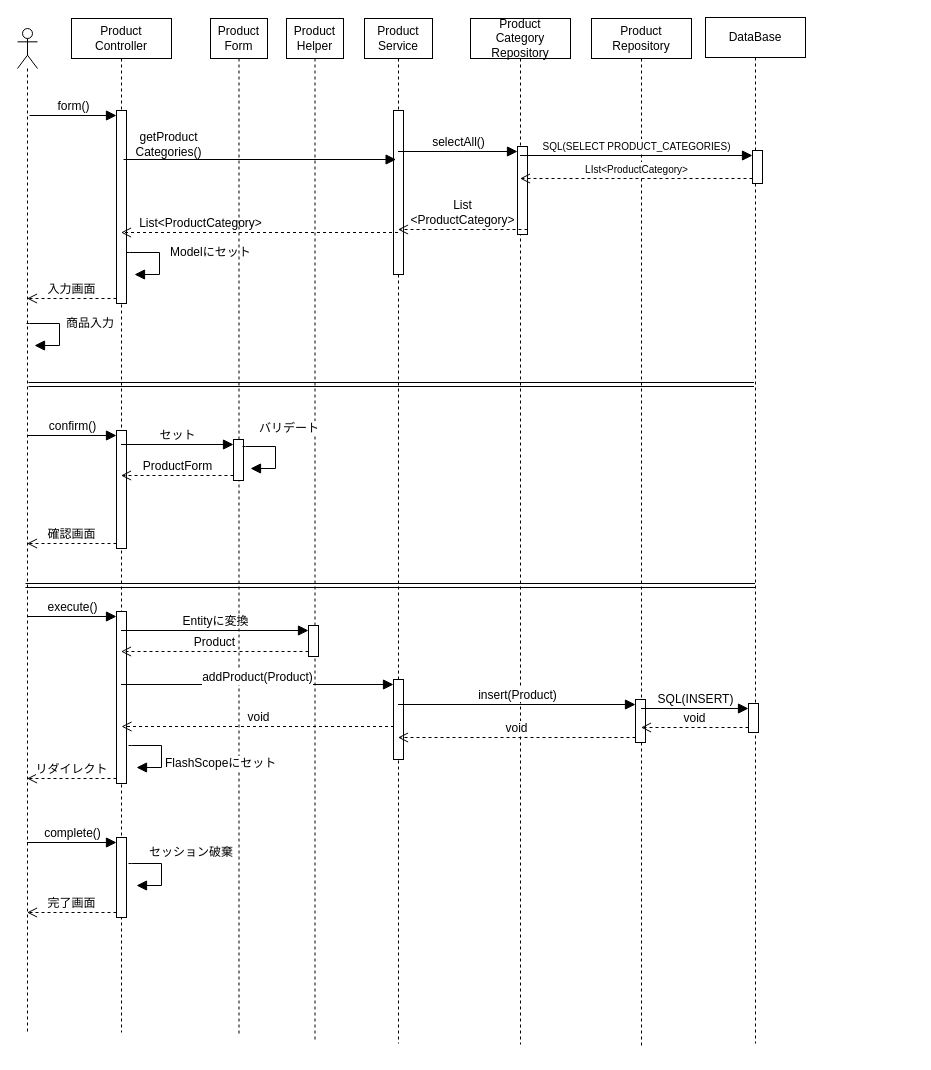
NstecEmp-013/team-dev-spring-boot-ec keeps this draw.io diagram as plan/uml/sequence/sequenceUC010.drawio. Above is the earlier version. Source tidied: cells renumbered, new cells numbered last; positions are measured from the earlier drawing's top-left corner, leaving out a move shared by most shapes. Both pictures are drawn from the tidied source at 100%, with x=0, y=0 at pixel (17, 17).
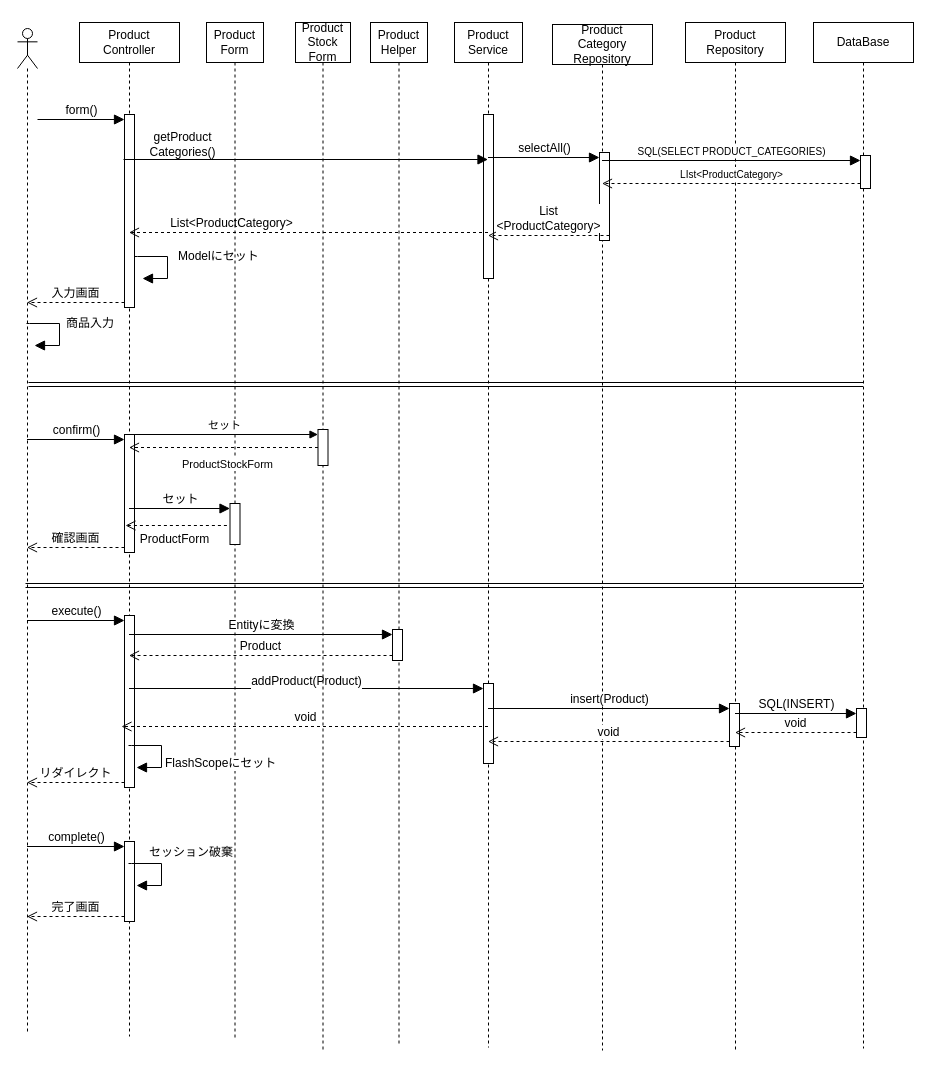
The same diagram, later.

The edit, as a diff of the source:
```diff
@@
     <mxCell id="3" value="Product&lt;div&gt;Controller&lt;/div&gt;" style="shape=umlLifeline;perimeter=lifelinePerimeter;whiteSpace=wrap;html=1;outlineConnect=0;portConstraint=eastwest;newEdgeStyle={&quot;curved&quot;:0,&quot;rounded&quot;:0};" parent="1" vertex="1">
-      <mxGeometry x="54" y="1" width="100" height="1014" as="geometry" />
+      <mxGeometry x="62" y="5" width="100" height="1014" as="geometry" />
     </mxCell>
@@
     <mxCell id="10" value="Product&lt;div&gt;Service&lt;/div&gt;" style="shape=umlLifeline;perimeter=lifelinePerimeter;whiteSpace=wrap;html=1;outlineConnect=0;portConstraint=eastwest;newEdgeStyle={&quot;curved&quot;:0,&quot;rounded&quot;:0};" parent="1" vertex="1">
-      <mxGeometry x="347" y="1" width="68" height="1025" as="geometry" />
+      <mxGeometry x="437" y="5" width="68" height="1025" as="geometry" />
     </mxCell>
@@
     <mxCell id="13" value="Product&lt;div&gt;Category&lt;/div&gt;&lt;div&gt;Repository&lt;/div&gt;" style="shape=umlLifeline;perimeter=lifelinePerimeter;whiteSpace=wrap;html=1;outlineConnect=0;portConstraint=eastwest;newEdgeStyle={&quot;curved&quot;:0,&quot;rounded&quot;:0};" parent="1" vertex="1">
-      <mxGeometry x="453" y="1" width="100" height="1026" as="geometry" />
+      <mxGeometry x="535" y="7" width="100" height="1026" as="geometry" />
     </mxCell>
@@
-    <mxCell id="15" value="getProduct&lt;div&gt;Categories()&lt;/div&gt;" style="html=1;verticalAlign=bottom;endArrow=block;curved=0;rounded=0;entryX=0;entryY=0;entryDx=0;entryDy=5;fontSize=12;startSize=8;endSize=8;" parent="1" edge="1">
+    <mxCell id="15" value="getProduct&lt;div&gt;Categories()&lt;/div&gt;" style="html=1;verticalAlign=bottom;endArrow=block;curved=0;rounded=0;fontSize=12;startSize=8;endSize=8;" parent="1" edge="1" target="10">
       <mxGeometry x="-0.68" y="-2" relative="1" as="geometry">
         <mxPoint x="106" y="142" as="sourcePoint" />
-        <mxPoint x="378.6" y="142" as="targetPoint" />
         <mxPoint x="1" as="offset" />
       </mxGeometry>
     </mxCell>
@@
     <mxCell id="18" value="Product&lt;br&gt;Form" style="shape=umlLifeline;perimeter=lifelinePerimeter;whiteSpace=wrap;html=1;newEdgeStyle={&quot;curved&quot;:0,&quot;rounded&quot;:0};" parent="1" vertex="1">
-      <mxGeometry x="193" y="1" width="57" height="1018" as="geometry" />
+      <mxGeometry x="189" y="5" width="57" height="1018" as="geometry" />
     </mxCell>
     <mxCell id="19" style="html=1;points=[[0,0,0,0,5],[0,1,0,0,-5],[1,0,0,0,5],[1,1,0,0,-5]];perimeter=orthogonalPerimeter;outlineConnect=0;targetShapes=umlLifeline;portConstraint=eastwest;newEdgeStyle={&quot;curved&quot;:0,&quot;rounded&quot;:0};" parent="18" vertex="1">
-      <mxGeometry x="23" y="421" width="10" height="41" as="geometry" />
+      <mxGeometry x="23.5" y="481" width="10" height="41" as="geometry" />
     </mxCell>
     <mxCell id="20" value="Product&lt;br&gt;Helper" style="shape=umlLifeline;perimeter=lifelinePerimeter;whiteSpace=wrap;html=1;newEdgeStyle={&quot;curved&quot;:0,&quot;rounded&quot;:0};" parent="1" vertex="1">
-      <mxGeometry x="269" y="1" width="57" height="1022" as="geometry" />
+      <mxGeometry x="353" y="5" width="57" height="1022" as="geometry" />
     </mxCell>
@@
-    <mxCell id="24" style="shape=link;html=1;rounded=0;fontSize=12;startSize=8;endSize=8;curved=1;" parent="1" edge="1">
+    <mxCell id="24" style="shape=link;html=1;rounded=0;fontSize=12;startSize=8;endSize=8;curved=1;" parent="1" edge="1" target="27">
       <mxGeometry relative="1" as="geometry">
         <mxPoint x="11" y="367" as="sourcePoint" />
-        <mxPoint x="736.5" y="367" as="targetPoint" />
       </mxGeometry>
     </mxCell>
     <mxCell id="25" value="Product&lt;div&gt;Repository&lt;/div&gt;" style="shape=umlLifeline;perimeter=lifelinePerimeter;whiteSpace=wrap;html=1;outlineConnect=0;portConstraint=eastwest;newEdgeStyle={&quot;curved&quot;:0,&quot;rounded&quot;:0};" parent="1" vertex="1">
-      <mxGeometry x="574" y="1" width="100" height="1030" as="geometry" />
+      <mxGeometry x="668" y="5" width="100" height="1030" as="geometry" />
     </mxCell>
@@
     <mxCell id="27" value="DataBase" style="shape=umlLifeline;perimeter=lifelinePerimeter;whiteSpace=wrap;html=1;outlineConnect=0;portConstraint=eastwest;newEdgeStyle={&quot;curved&quot;:0,&quot;rounded&quot;:0};" parent="1" vertex="1">
-      <mxGeometry x="688" width="100" height="1026" as="geometry" />
+      <mxGeometry x="796" y="5" width="100" height="1026" as="geometry" />
     </mxCell>
@@
-    <mxCell id="33" value="ProductForm" style="html=1;verticalAlign=bottom;endArrow=open;dashed=1;endSize=8;curved=0;rounded=0;exitX=0;exitY=1;exitDx=0;exitDy=-5;fontSize=12;" parent="1" edge="1" source="19" target="3">
-      <mxGeometry relative="1" as="geometry" />
+    <mxCell id="33" value="ProductForm" style="html=1;verticalAlign=bottom;endArrow=open;dashed=1;endSize=8;curved=0;rounded=0;exitX=0;exitY=1;exitDx=0;exitDy=-5;fontSize=12;" parent="1" edge="1">
+      <mxGeometry x="0.02" y="23" relative="1" as="geometry">
+        <mxPoint x="209.4" y="508" as="sourcePoint" />
+        <mxPoint x="108" y="508" as="targetPoint" />
+      </mxGeometry>
     </mxCell>
@@
-    <mxCell id="35" value="バリデート" style="html=1;align=left;spacingLeft=2;endArrow=block;rounded=0;edgeStyle=orthogonalEdgeStyle;curved=0;rounded=0;fontSize=12;startSize=8;endSize=8;" parent="1" edge="1">
-      <mxGeometry x="-0.68" y="18" relative="1" as="geometry">
-        <mxPoint x="225" y="429" as="sourcePoint" />
-        <mxPoint x="233" y="451" as="targetPoint" />
-        <Array as="points">
-          <mxPoint x="228" y="429" />
-          <mxPoint x="258" y="429" />
-          <mxPoint x="258" y="451" />
-        </Array>
-      </mxGeometry>
-    </mxCell>
@@
-    <mxCell id="45" value="void" style="html=1;verticalAlign=bottom;endArrow=open;dashed=1;endSize=8;curved=0;rounded=0;exitX=0;exitY=1;exitDx=0;exitDy=-5;fontSize=12;" parent="1" edge="1">
+    <mxCell id="45" value="void" style="html=1;verticalAlign=bottom;endArrow=open;dashed=1;endSize=8;curved=0;rounded=0;fontSize=12;" parent="1" edge="1" source="10">
       <mxGeometry relative="1" as="geometry">
-        <mxPoint x="376.5" y="709" as="sourcePoint" />
         <mxPoint x="104" y="709" as="targetPoint" />
       </mxGeometry>
     </mxCell>
@@
+    <mxCell id="54" value="Product&lt;br&gt;Stock&lt;br&gt;Form" style="shape=umlLifeline;perimeter=lifelinePerimeter;whiteSpace=wrap;html=1;newEdgeStyle={&quot;curved&quot;:0,&quot;rounded&quot;:0};" parent="1" vertex="1">
+      <mxGeometry x="278" y="5" width="55" height="1028" as="geometry" />
+    </mxCell>
+    <mxCell id="55" style="html=1;points=[[0,0,0,0,5],[0,1,0,0,-5],[1,0,0,0,5],[1,1,0,0,-5]];perimeter=orthogonalPerimeter;outlineConnect=0;targetShapes=umlLifeline;portConstraint=eastwest;newEdgeStyle={&quot;curved&quot;:0,&quot;rounded&quot;:0};" parent="54" vertex="1">
+      <mxGeometry x="22.5" y="407" width="10" height="36" as="geometry" />
+    </mxCell>
+    <mxCell id="56" value="セット" style="html=1;verticalAlign=bottom;endArrow=block;curved=0;rounded=0;entryX=0;entryY=0;entryDx=0;entryDy=5;" parent="1" edge="1" source="3" target="55">
+      <mxGeometry relative="1" as="geometry" />
+    </mxCell>
+    <mxCell id="57" value="ProductStockForm" style="html=1;verticalAlign=bottom;endArrow=open;dashed=1;endSize=8;curved=0;rounded=0;" parent="1" edge="1" source="55" target="3">
+      <mxGeometry x="-0.03" y="26" relative="1" as="geometry">
+        <mxPoint x="1" as="offset" />
+      </mxGeometry>
+    </mxCell>
```
